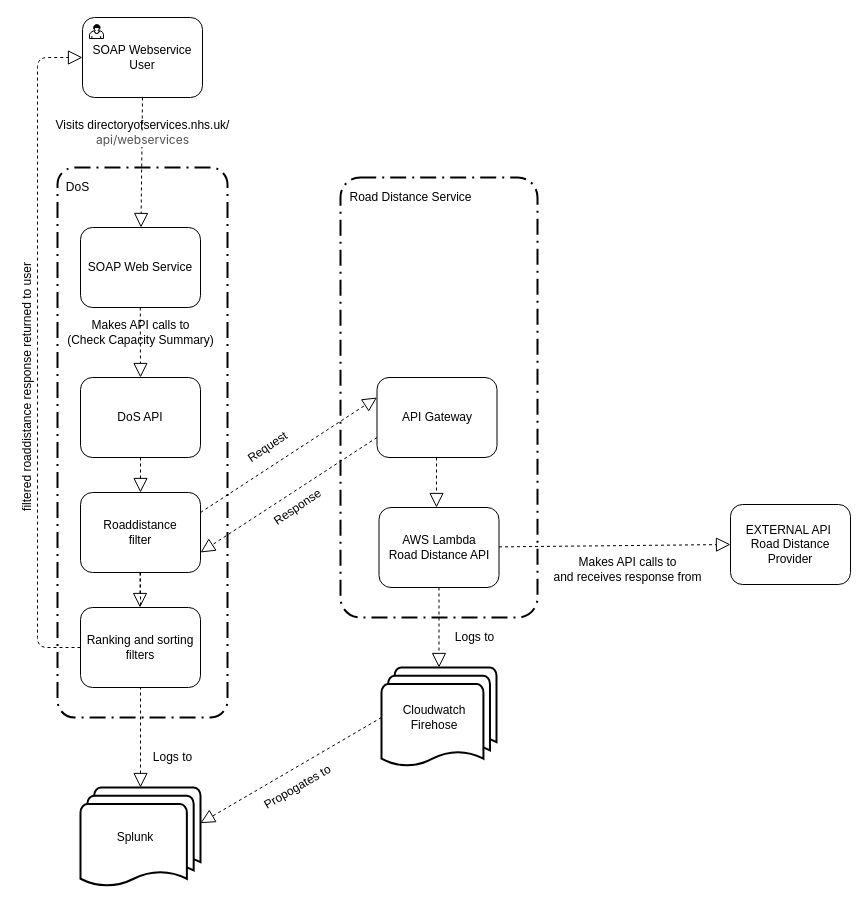
Before: documentation/diagrams/phase_1/Road Distance 2 Containers.drawio in nhsd-exeter/dos-road-distance, a draw.io diagram. Source tidied: cells renumbered, new cells numbered last; positions are measured from the earlier drawing's top-left corner, leaving out a move shared by most shapes. Both pictures are drawn from the tidied source at 100%, with x=0, y=0 at pixel (-103, 17).
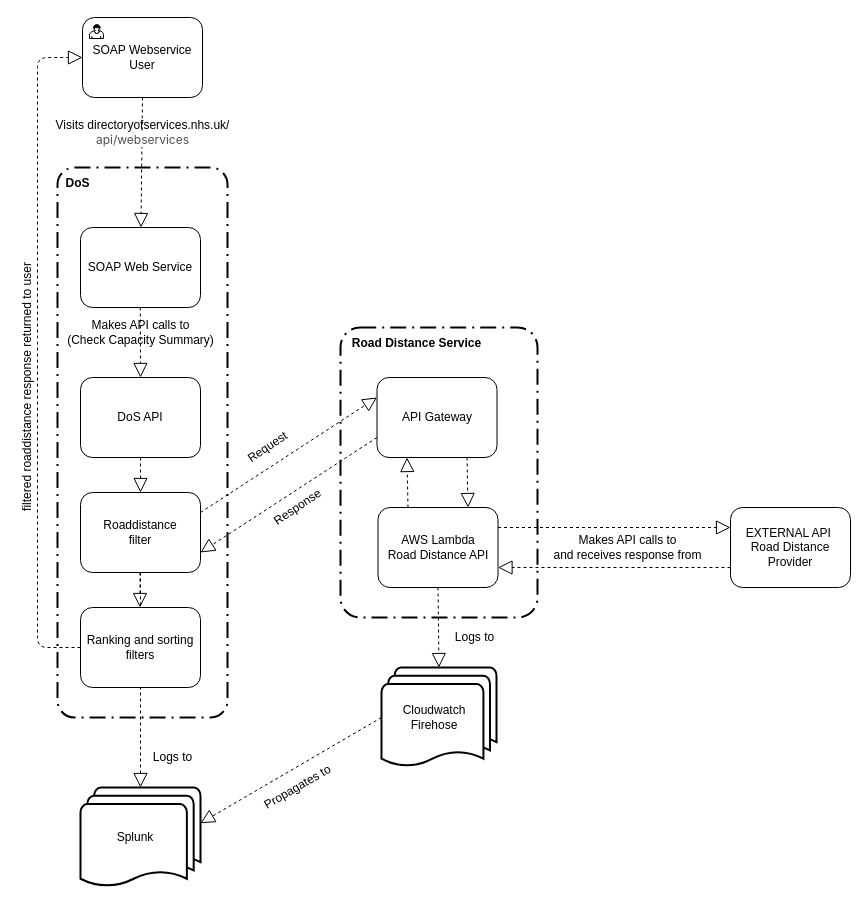
The same page after the edit.

Commit message (it also covers changes not shown here):
DSF-76 Updates to L2 and L3 diagrams

The change refers to these unchanged cells:
```xml
<mxCell id="24" value="API Gateway" style="html=1;whiteSpace=wrap;rounded=1;" parent="1" vertex="1">
  <mxGeometry x="479.5" y="360" width="120" height="80" as="geometry" />
</mxCell>
```

Diff of the diagram source:
```diff
@@
     <mxCell id="3" style="rounded=1;arcSize=10;dashed=1;strokeColor=#000000;fillColor=none;gradientColor=none;dashPattern=8 3 1 3;strokeWidth=2;" parent="1" vertex="1">
-      <mxGeometry x="443" y="160" width="197" height="440" as="geometry" />
+      <mxGeometry x="443" y="310" width="197" height="290" as="geometry" />
     </mxCell>
@@
     <mxCell id="6" value="AWS Lambda&lt;br&gt;Road Distance API" style="html=1;whiteSpace=wrap;rounded=1;" parent="1" vertex="1">
-      <mxGeometry x="481.5" y="490" width="120" height="80" as="geometry" />
+      <mxGeometry x="480.5" y="490" width="120" height="80" as="geometry" />
     </mxCell>
@@
     <mxCell id="8" value="EXTERNAL API&amp;nbsp;&lt;br&gt;Road Distance Provider" style="rounded=1;whiteSpace=wrap;html=1;" parent="1" vertex="1">
-      <mxGeometry x="833" y="487" width="120" height="80" as="geometry" />
+      <mxGeometry x="833" y="490" width="120" height="80" as="geometry" />
     </mxCell>
-    <mxCell id="9" value="DoS" style="text;html=1;align=center;verticalAlign=middle;" parent="1" vertex="1">
-      <mxGeometry x="160" y="160" width="40" height="20" as="geometry" />
+    <mxCell id="9" value="DoS" style="text;html=1;align=center;verticalAlign=middle;fontStyle=1;" parent="1" vertex="1">
+      <mxGeometry x="160" y="156" width="40" height="20" as="geometry" />
     </mxCell>
@@
-    <mxCell id="12" style="endArrow=block;dashed=1;endFill=0;endSize=12;html=1;entryX=0;entryY=0.5;entryDx=0;entryDy=0;" parent="1" edge="1" source="6" target="8">
+    <mxCell id="12" style="endArrow=block;dashed=1;endFill=0;endSize=12;html=1;entryX=0;entryY=0.25;entryDx=0;entryDy=0;exitX=1;exitY=0.25;exitDx=0;exitDy=0;" parent="1" edge="1" source="6" target="8">
       <mxGeometry relative="1" as="geometry" />
     </mxCell>
@@
     <mxCell id="15" value="Makes API calls to&lt;br&gt;and receives response from" style="text;html=1;align=center;verticalAlign=middle;" parent="1" vertex="1">
-      <mxGeometry x="650" y="537" width="160" height="30" as="geometry" />
+      <mxGeometry x="650" y="515" width="160" height="30" as="geometry" />
     </mxCell>
@@
-    <mxCell id="23" value="Road Distance Service" style="text;html=1;align=center;verticalAlign=middle;" parent="1" vertex="1">
-      <mxGeometry x="443" y="170" width="140" height="20" as="geometry" />
+    <mxCell id="23" value="Road Distance Service" style="text;html=1;align=center;verticalAlign=middle;fontStyle=1;" parent="1" vertex="1">
+      <mxGeometry x="449" y="316" width="140" height="20" as="geometry" />
     </mxCell>
@@
-    <mxCell id="26" style="endArrow=block;dashed=1;endFill=0;endSize=12;html=1;entryX=0.5;entryY=0;entryDx=0;entryDy=0;" parent="1" edge="1">
-      <mxGeometry relative="1" as="geometry">
-        <mxPoint x="539" y="440" as="sourcePoint" />
-        <mxPoint x="539" y="490" as="targetPoint" />
-      </mxGeometry>
+    <mxCell id="26" style="endArrow=block;dashed=1;endFill=0;endSize=12;html=1;entryX=0.75;entryY=0;entryDx=0;entryDy=0;exitX=0.75;exitY=1;exitDx=0;exitDy=0;" parent="1" edge="1" source="24" target="6">
+      <mxGeometry relative="1" as="geometry" />
     </mxCell>
@@
-    <mxCell id="39" value="Propogates to" style="text;html=1;align=center;verticalAlign=middle;rotation=-30;" parent="1" vertex="1">
+    <mxCell id="39" value="Propagates to" style="text;html=1;align=center;verticalAlign=middle;rotation=-30;" parent="1" vertex="1">
       <mxGeometry x="355" y="760" width="90" height="20" as="geometry" />
     </mxCell>
@@
+    <mxCell id="41" style="endArrow=block;dashed=1;endFill=0;endSize=12;html=1;entryX=1;entryY=0.75;entryDx=0;entryDy=0;exitX=0;exitY=0.75;exitDx=0;exitDy=0;" parent="1" edge="1" source="8" target="6">
+      <mxGeometry relative="1" as="geometry" />
+    </mxCell>
+    <mxCell id="42" style="endArrow=block;dashed=1;endFill=0;endSize=12;html=1;exitX=0.25;exitY=0;exitDx=0;exitDy=0;entryX=0.25;entryY=1;entryDx=0;entryDy=0;" parent="1" edge="1" source="6" target="24">
+      <mxGeometry relative="1" as="geometry" />
+    </mxCell>
```
